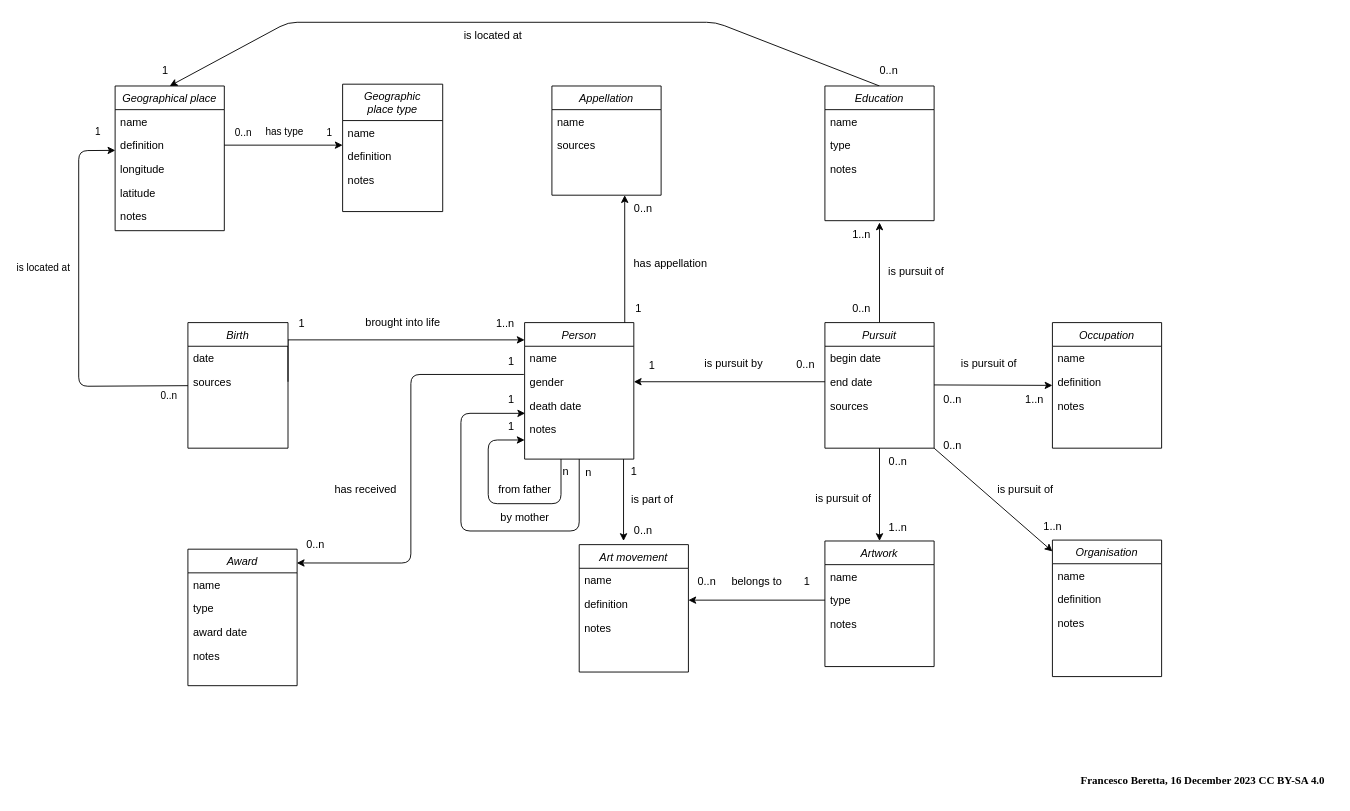
Above: MCD_to_database_example.drawio in lmaiahm/Sculpteurs- (draw.io), before the change. Source tidied: cells renumbered, new cells numbered last; positions are measured from the earlier drawing's top-left corner, leaving out a move shared by most shapes. Both pictures are drawn from the tidied source at 91%, with x=0, y=0 at pixel (78, 22).
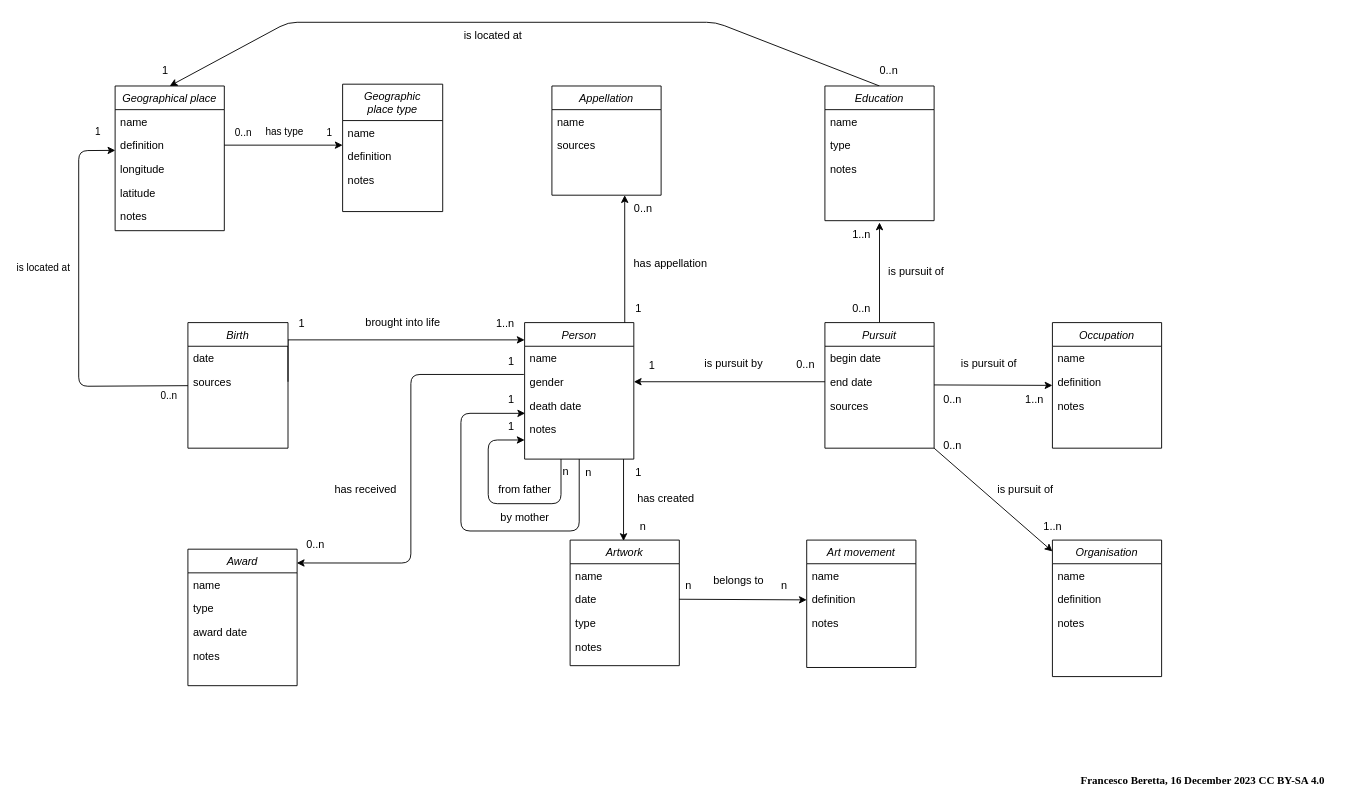
After the change.

Commit message:
Modèle conceptuel terminé

Unchanged cells that the change refers to:
```xml
<mxCell id="43" value="Pursuit" style="swimlane;fontStyle=2;align=center;verticalAlign=top;horizontal=1;startSize=26;rounded=0;shadow=0;strokeWidth=1;" parent="1" vertex="1">
  <mxGeometry x="820" y="330" width="120" height="138" as="geometry" />
</mxCell>
```

The edit, as a diff of the source:
```diff
@@
-    <mxCell id="41" style="edgeStyle=none;html=1;exitX=0.5;exitY=1;exitDx=0;exitDy=0;entryX=0.5;entryY=0;entryDx=0;entryDy=0;" parent="1" edge="1" source="43" target="66">
-      <mxGeometry relative="1" as="geometry" />
-    </mxCell>
@@
     <mxCell id="66" value="Artwork" style="swimlane;fontStyle=2;align=center;verticalAlign=top;horizontal=1;startSize=26;rounded=0;shadow=0;strokeWidth=1;" parent="1" vertex="1">
-      <mxGeometry x="820" y="570" width="120" height="138" as="geometry" />
+      <mxGeometry x="540" y="569" width="120" height="138" as="geometry" />
     </mxCell>
@@
-    <mxCell id="68" value="type" style="text;align=left;verticalAlign=top;spacingLeft=4;spacingRight=4;overflow=hidden;points=[[0,0.5],[1,0.5]];portConstraint=eastwest;rounded=0;shadow=0;html=0;" parent="66" vertex="1">
+    <mxCell id="68" value="date" style="text;align=left;verticalAlign=top;spacingLeft=4;spacingRight=4;overflow=hidden;points=[[0,0.5],[1,0.5]];portConstraint=eastwest;rounded=0;shadow=0;html=0;" parent="66" vertex="1">
       <mxGeometry y="52" width="120" height="26" as="geometry" />
     </mxCell>
-    <mxCell id="69" value="notes" style="text;align=left;verticalAlign=top;spacingLeft=4;spacingRight=4;overflow=hidden;rounded=0;shadow=0;html=0;" parent="66" vertex="1">
+    <mxCell id="69" value="type" style="text;align=left;verticalAlign=top;spacingLeft=4;spacingRight=4;overflow=hidden;rounded=0;shadow=0;html=0;" parent="66" vertex="1">
       <mxGeometry y="78" width="120" height="26" as="geometry" />
     </mxCell>
-    <mxCell id="70" style="edgeStyle=none;html=1;exitX=0;exitY=0.5;exitDx=0;exitDy=0;" parent="1" edge="1" source="68">
-      <mxGeometry relative="1" as="geometry">
-        <mxPoint x="670" y="635" as="targetPoint" />
-      </mxGeometry>
-    </mxCell>
+    <mxCell id="115" value="notes" style="text;align=left;verticalAlign=top;spacingLeft=4;spacingRight=4;overflow=hidden;" parent="66" vertex="1">
+      <mxGeometry y="104" width="120" height="26" as="geometry" />
+    </mxCell>
     <mxCell id="71" value="Art movement" style="swimlane;fontStyle=2;align=center;verticalAlign=top;horizontal=1;startSize=26;rounded=0;shadow=0;strokeWidth=1;" parent="1" vertex="1">
-      <mxGeometry x="550" y="574" width="120" height="140" as="geometry" />
+      <mxGeometry x="800" y="569" width="120" height="140" as="geometry" />
     </mxCell>
@@
-    <mxCell id="82" value="0..n" style="text;html=1;align=center;verticalAlign=middle;strokeColor=none;fillColor=none;" parent="1" vertex="1">
-      <mxGeometry x="880" y="468" width="40" height="30" as="geometry" />
-    </mxCell>
@@
-    <mxCell id="84" value="1..n" style="text;html=1;align=center;verticalAlign=middle;strokeColor=none;fillColor=none;" parent="1" vertex="1">
-      <mxGeometry x="880" y="540" width="40" height="30" as="geometry" />
-    </mxCell>
-    <mxCell id="85" value="1" style="text;html=1;align=center;verticalAlign=middle;strokeColor=none;fillColor=none;" parent="1" vertex="1">
-      <mxGeometry x="785" y="600" width="30" height="30" as="geometry" />
-    </mxCell>
-    <mxCell id="86" value="0..n" style="text;html=1;align=center;verticalAlign=middle;strokeColor=none;fillColor=none;" parent="1" vertex="1">
-      <mxGeometry x="600" y="544" width="40" height="30" as="geometry" />
-    </mxCell>
-    <mxCell id="87" value="1" style="text;html=1;align=center;verticalAlign=middle;strokeColor=none;fillColor=none;" parent="1" vertex="1">
-      <mxGeometry x="595" y="479" width="30" height="30" as="geometry" />
-    </mxCell>
-    <mxCell id="88" value="is part of" style="text;html=1;align=center;verticalAlign=middle;strokeColor=none;fillColor=none;" parent="1" vertex="1">
-      <mxGeometry x="595" y="510" width="70" height="30" as="geometry" />
-    </mxCell>
-    <mxCell id="89" value="belongs to" style="text;html=1;align=center;verticalAlign=middle;strokeColor=none;fillColor=none;" parent="1" vertex="1">
-      <mxGeometry x="705" y="600" width="80" height="30" as="geometry" />
-    </mxCell>
@@
-    <mxCell id="91" value="is pursuit of" style="text;html=1;align=center;verticalAlign=middle;strokeColor=none;fillColor=none;" parent="1" vertex="1">
-      <mxGeometry x="800" y="509" width="80" height="30" as="geometry" />
-    </mxCell>
@@
-    <mxCell id="105" value="0..n" style="text;html=1;align=center;verticalAlign=middle;strokeColor=none;fillColor=none;" parent="1" vertex="1">
-      <mxGeometry x="670" y="600" width="40" height="30" as="geometry" />
-    </mxCell>
@@
+    <mxCell id="116" value="has created" style="text;html=1;align=center;verticalAlign=middle;strokeColor=none;fillColor=none;" parent="1" vertex="1">
+      <mxGeometry x="600" y="509" width="90" height="30" as="geometry" />
+    </mxCell>
+    <mxCell id="117" value="1" style="text;html=1;align=center;verticalAlign=middle;strokeColor=none;fillColor=none;" parent="1" vertex="1">
+      <mxGeometry x="600" y="480" width="30" height="30" as="geometry" />
+    </mxCell>
+    <mxCell id="118" value="n" style="text;html=1;align=center;verticalAlign=middle;strokeColor=none;fillColor=none;" parent="1" vertex="1">
+      <mxGeometry x="605" y="539" width="30" height="30" as="geometry" />
+    </mxCell>
+    <mxCell id="119" style="edgeStyle=none;html=1;exitX=1;exitY=0.5;exitDx=0;exitDy=0;" parent="1" edge="1" source="68">
+      <mxGeometry relative="1" as="geometry">
+        <mxPoint x="800" y="634.7" as="targetPoint" />
+      </mxGeometry>
+    </mxCell>
+    <mxCell id="89" value="belongs to" style="text;html=1;align=center;verticalAlign=middle;strokeColor=none;fillColor=none;" parent="1" vertex="1">
+      <mxGeometry x="685" y="599" width="80" height="30" as="geometry" />
+    </mxCell>
+    <mxCell id="120" value="n" style="text;html=1;align=center;verticalAlign=middle;strokeColor=none;fillColor=none;" parent="1" vertex="1">
+      <mxGeometry x="655" y="604" width="30" height="30" as="geometry" />
+    </mxCell>
+    <mxCell id="121" value="n" style="text;html=1;align=center;verticalAlign=middle;strokeColor=none;fillColor=none;" parent="1" vertex="1">
+      <mxGeometry x="760" y="604" width="30" height="30" as="geometry" />
+    </mxCell>
```
